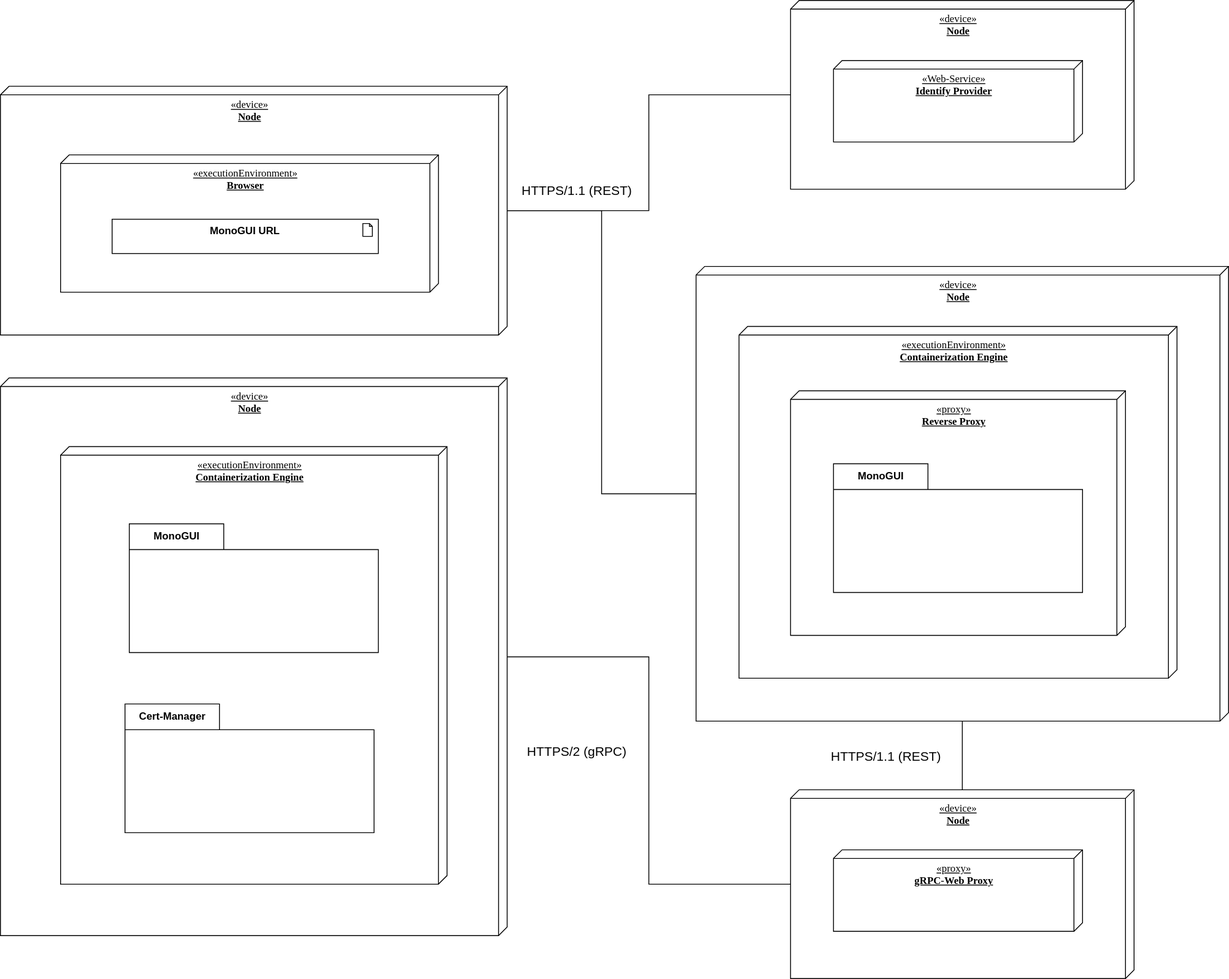
Above: src/template_thesis/diagrams/deployment_view.drawio.svg in HaniAlshikh/bachelor-thesis (draw.io), before the change. Source tidied: cells renumbered, new cells last; positions are measured from the earlier drawing's top-left corner, leaving out a move shared by most shapes.
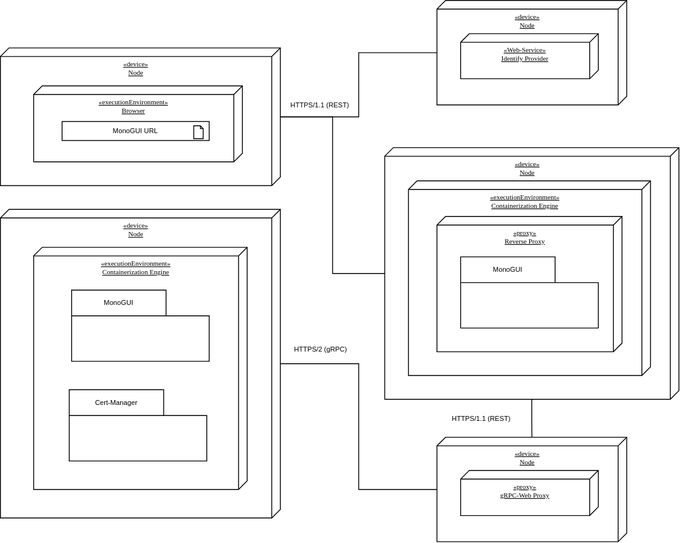
The same file after the commit.

What changed in the source:
```diff
@@ -2,75 +2,75 @@
   <root>
     <mxCell id="0" />
     <mxCell id="1" parent="0" />
-    <mxCell id="2" style="edgeStyle=orthogonalEdgeStyle;shape=connector;rounded=0;html=1;labelBackgroundColor=default;strokeColor=default;strokeWidth=1;fontFamily=Helvetica;fontSize=19;fontColor=default;endArrow=none;endFill=0;" parent="1" edge="1" source="4" target="15">
-      <mxGeometry relative="1" as="geometry" />
-    </mxCell>
-    <mxCell id="3" value="&lt;font style=&quot;font-size: 15px;&quot;&gt;HTTPS/1.1 (REST)&lt;/font&gt;" style="edgeLabel;html=1;align=center;verticalAlign=middle;fontSize=19;fontFamily=Helvetica;fontColor=default;" parent="2" vertex="1">
-      <mxGeometry x="-0.07" y="3" relative="1" as="geometry">
-        <mxPoint x="-93" y="3" as="offset" />
-      </mxGeometry>
-    </mxCell>
-    <mxCell id="4" value="&lt;span&gt;«device»&lt;/span&gt;&lt;br&gt;&lt;b&gt;Node&lt;/b&gt;" style="verticalAlign=top;align=center;spacingTop=8;spacingLeft=2;spacingRight=12;shape=cube;size=10;direction=south;fontStyle=4;html=1;rounded=0;shadow=0;comic=0;labelBackgroundColor=none;strokeWidth=1;fontFamily=Verdana;fontSize=12;" parent="1" vertex="1">
-      <mxGeometry x="810" y="310" width="620" height="530" as="geometry" />
+    <mxCell id="4" value="«device»&#10;Node" style="verticalAlign=top;align=center;spacingTop=8;spacingLeft=2;spacingRight=12;shape=cube;size=10;direction=south;fontStyle=4;rounded=0;shadow=0;comic=0;labelBackgroundColor=none;strokeWidth=1;fontFamily=Verdana;fontSize=8;" parent="1" vertex="1">
+      <mxGeometry x="95.6" y="-598.7" width="342.6" height="292.9" as="geometry" />
     </mxCell>
-    <mxCell id="5" value="&lt;span&gt;«executionEnvironment»&lt;/span&gt;&lt;br&gt;&lt;b&gt;Containerization Engine&lt;/b&gt;" style="verticalAlign=top;align=center;spacingTop=8;spacingLeft=2;spacingRight=12;shape=cube;size=10;direction=south;fontStyle=4;html=1;rounded=0;shadow=0;comic=0;labelBackgroundColor=none;strokeWidth=1;fontFamily=Verdana;fontSize=12;" parent="1" vertex="1">
-      <mxGeometry x="860" y="380" width="510" height="410" as="geometry" />
+    <mxCell id="5" value="«executionEnvironment»&#10;Containerization Engine" style="verticalAlign=top;align=center;spacingTop=8;spacingLeft=2;spacingRight=12;shape=cube;size=10;direction=south;fontStyle=4;rounded=0;shadow=0;comic=0;labelBackgroundColor=none;strokeWidth=1;fontFamily=Verdana;fontSize=8;" parent="1" vertex="1">
+      <mxGeometry x="123.3" y="-560" width="281.8" height="226.6" as="geometry" />
     </mxCell>
-    <mxCell id="6" value="&lt;span&gt;«proxy»&lt;/span&gt;&lt;br&gt;&lt;b&gt;Reverse Proxy&lt;/b&gt;" style="verticalAlign=top;align=center;spacingTop=8;spacingLeft=2;spacingRight=12;shape=cube;size=10;direction=south;fontStyle=4;html=1;rounded=0;shadow=0;comic=0;labelBackgroundColor=none;strokeWidth=1;fontFamily=Verdana;fontSize=12;" parent="1" vertex="1">
-      <mxGeometry x="920" y="455" width="390" height="285" as="geometry" />
+    <mxCell id="6" value="«proxy»&#10;Reverse Proxy" style="verticalAlign=top;align=center;spacingTop=8;spacingLeft=2;spacingRight=12;shape=cube;size=10;direction=south;fontStyle=4;rounded=0;shadow=0;comic=0;labelBackgroundColor=none;strokeWidth=1;fontFamily=Verdana;fontSize=8;" parent="1" vertex="1">
+      <mxGeometry x="156.4" y="-518.6" width="215.5" height="157.5" as="geometry" />
     </mxCell>
-    <mxCell id="7" value="MonoGUI" style="shape=folder;fontStyle=1;tabWidth=110;tabHeight=30;tabPosition=left;html=1;boundedLbl=1;labelInHeader=1;strokeWidth=1;" parent="1" vertex="1">
-      <mxGeometry x="970" y="540" width="290" height="150" as="geometry" />
+    <mxCell id="7" value="MonoGUI" style="shape=folder;fontStyle=0;tabWidth=110;tabHeight=30;tabPosition=left;boundedLbl=1;labelInHeader=1;strokeWidth=1;fontSize=8;" parent="1" vertex="1">
+      <mxGeometry x="184.1" y="-471.6" width="160.3" height="82.9" as="geometry" />
     </mxCell>
-    <mxCell id="8" style="edgeStyle=orthogonalEdgeStyle;shape=connector;rounded=0;html=1;labelBackgroundColor=default;strokeColor=default;strokeWidth=1;fontFamily=Helvetica;fontSize=19;fontColor=default;endArrow=none;endFill=0;" parent="1" edge="1" source="11" target="4">
+    <mxCell id="8" style="edgeStyle=orthogonalEdgeStyle;shape=connector;rounded=0;labelBackgroundColor=default;strokeColor=default;strokeWidth=1;fontFamily=Helvetica;fontSize=8;fontColor=default;endArrow=none;endFill=0;" parent="1" edge="1" source="11" target="4">
       <mxGeometry relative="1" as="geometry" />
     </mxCell>
-    <mxCell id="9" value="&lt;font style=&quot;font-size: 15px;&quot;&gt;HTTPS/1.1 (REST)&lt;/font&gt;" style="edgeLabel;html=1;align=center;verticalAlign=middle;fontSize=19;fontFamily=Helvetica;fontColor=default;" parent="8" vertex="1">
+    <mxCell id="9" value="HTTPS/1.1 (REST)" style="edgeLabel;align=center;verticalAlign=middle;fontSize=8;fontFamily=Helvetica;fontColor=default;" parent="8" vertex="1">
       <mxGeometry x="-0.22" y="1" relative="1" as="geometry">
-        <mxPoint x="-31" y="-130" as="offset" />
+        <mxPoint x="-16" y="-72" as="offset" />
       </mxGeometry>
     </mxCell>
-    <mxCell id="10" style="edgeStyle=orthogonalEdgeStyle;shape=connector;rounded=0;html=1;labelBackgroundColor=default;strokeColor=default;strokeWidth=1;fontFamily=Helvetica;fontSize=19;fontColor=default;endArrow=none;endFill=0;" parent="1" edge="1" source="11" target="21">
-      <mxGeometry relative="1" as="geometry" />
-    </mxCell>
-    <mxCell id="11" value="&lt;span&gt;«device»&lt;/span&gt;&lt;br&gt;&lt;b&gt;Node&lt;/b&gt;" style="verticalAlign=top;align=center;spacingTop=8;spacingLeft=2;spacingRight=12;shape=cube;size=10;direction=south;fontStyle=4;html=1;rounded=0;shadow=0;comic=0;labelBackgroundColor=none;strokeWidth=1;fontFamily=Verdana;fontSize=12;" parent="1" vertex="1">
-      <mxGeometry y="100" width="590" height="290" as="geometry" />
+    <mxCell id="11" value="«device»&#10;Node" style="verticalAlign=top;align=center;spacingTop=8;spacingLeft=2;spacingRight=12;shape=cube;size=10;direction=south;fontStyle=4;rounded=0;shadow=0;comic=0;labelBackgroundColor=none;strokeWidth=1;fontFamily=Verdana;fontSize=8;" parent="1" vertex="1">
+      <mxGeometry x="-352" y="-714.7" width="326.1" height="160.3" as="geometry" />
     </mxCell>
-    <mxCell id="12" value="&lt;span&gt;«executionEnvironment»&lt;/span&gt;&lt;br&gt;&lt;b&gt;Browser&lt;/b&gt;" style="verticalAlign=top;align=center;spacingTop=8;spacingLeft=2;spacingRight=12;shape=cube;size=10;direction=south;fontStyle=4;html=1;rounded=0;shadow=0;comic=0;labelBackgroundColor=none;strokeWidth=1;fontFamily=Verdana;fontSize=12;" parent="1" vertex="1">
-      <mxGeometry x="70" y="180" width="440" height="160" as="geometry" />
+    <mxCell id="12" value="«executionEnvironment»&#10;Browser" style="verticalAlign=top;align=center;spacingTop=8;spacingLeft=2;spacingRight=12;shape=cube;size=10;direction=south;fontStyle=4;rounded=0;shadow=0;comic=0;labelBackgroundColor=none;strokeWidth=1;fontFamily=Verdana;fontSize=8;" parent="1" vertex="1">
+      <mxGeometry x="-313.3" y="-670.5" width="243.2" height="88.4" as="geometry" />
     </mxCell>
-    <mxCell id="13" value="&lt;b&gt;MonoGUI URL&lt;/b&gt;" style="html=1;whiteSpace=wrap;shape=mxgraph.archimate3.application;appType=artifact;archiType=square;strokeWidth=1;verticalAlign=top;" parent="1" vertex="1">
-      <mxGeometry x="130" y="255" width="310" height="40" as="geometry" />
+    <mxCell id="13" value="MonoGUI URL" style="shape=mxgraph.archimate3.application;appType=artifact;archiType=square;strokeWidth=1;verticalAlign=top;fontSize=8;" parent="1" vertex="1">
+      <mxGeometry x="-280.2" y="-629.1" width="171.3" height="22.1" as="geometry" />
     </mxCell>
-    <mxCell id="14" style="edgeStyle=orthogonalEdgeStyle;shape=connector;rounded=0;html=1;labelBackgroundColor=default;strokeColor=default;strokeWidth=1;fontFamily=Helvetica;fontSize=19;fontColor=default;endArrow=none;endFill=0;" parent="1" edge="1" source="15" target="17">
-      <mxGeometry relative="1" as="geometry" />
-    </mxCell>
-    <mxCell id="15" value="&lt;span&gt;«device»&lt;/span&gt;&lt;br&gt;&lt;b&gt;Node&lt;/b&gt;" style="verticalAlign=top;align=center;spacingTop=8;spacingLeft=2;spacingRight=12;shape=cube;size=10;direction=south;fontStyle=4;html=1;rounded=0;shadow=0;comic=0;labelBackgroundColor=none;strokeWidth=1;fontFamily=Verdana;fontSize=12;" parent="1" vertex="1">
-      <mxGeometry x="920" y="920" width="400" height="220" as="geometry" />
+    <mxCell id="15" value="«device»&#10;Node" style="verticalAlign=top;align=center;spacingTop=8;spacingLeft=2;spacingRight=12;shape=cube;size=10;direction=south;fontStyle=4;rounded=0;shadow=0;comic=0;labelBackgroundColor=none;strokeWidth=1;fontFamily=Verdana;fontSize=8;" parent="1" vertex="1">
+      <mxGeometry x="156.4" y="-261.6" width="221.1" height="121.6" as="geometry" />
     </mxCell>
+    <mxCell id="2" style="edgeStyle=orthogonalEdgeStyle;shape=connector;rounded=0;labelBackgroundColor=default;strokeColor=default;strokeWidth=1;fontFamily=Helvetica;fontSize=8;fontColor=default;endArrow=none;endFill=0;" parent="1" edge="1" source="4" target="15">
+      <mxGeometry relative="1" as="geometry" />
+    </mxCell>
+    <mxCell id="3" value="HTTPS/1.1 (REST)" style="edgeLabel;align=center;verticalAlign=middle;fontSize=8;fontFamily=Helvetica;fontColor=default;" parent="2" vertex="1">
+      <mxGeometry x="-0.07" y="3" relative="1" as="geometry">
+        <mxPoint x="-62" y="2" as="offset" />
+      </mxGeometry>
+    </mxCell>
-    <mxCell id="16" value="&lt;span&gt;«proxy»&lt;/span&gt;&lt;br&gt;&lt;b&gt;gRPC-Web Proxy&lt;/b&gt;" style="verticalAlign=top;align=center;spacingTop=8;spacingLeft=2;spacingRight=12;shape=cube;size=10;direction=south;fontStyle=4;html=1;rounded=0;shadow=0;comic=0;labelBackgroundColor=none;strokeWidth=1;fontFamily=Verdana;fontSize=12;" parent="1" vertex="1">
-      <mxGeometry x="970" y="990" width="290" height="95" as="geometry" />
+    <mxCell id="16" value="«proxy»&#10;gRPC-Web Proxy" style="verticalAlign=top;align=center;spacingTop=8;spacingLeft=2;spacingRight=12;shape=cube;size=10;direction=south;fontStyle=4;rounded=0;shadow=0;comic=0;labelBackgroundColor=none;strokeWidth=1;fontFamily=Verdana;fontSize=8;" parent="1" vertex="1">
+      <mxGeometry x="184.1" y="-222.9" width="160.3" height="52.5" as="geometry" />
     </mxCell>
-    <mxCell id="17" value="&lt;span&gt;«device»&lt;/span&gt;&lt;br&gt;&lt;b&gt;Node&lt;/b&gt;" style="verticalAlign=top;align=center;spacingTop=8;spacingLeft=2;spacingRight=12;shape=cube;size=10;direction=south;fontStyle=4;html=1;rounded=0;shadow=0;comic=0;labelBackgroundColor=none;strokeWidth=1;fontFamily=Verdana;fontSize=12;" parent="1" vertex="1">
-      <mxGeometry y="440" width="590" height="650" as="geometry" />
+    <mxCell id="17" value="«device»&#10;Node" style="verticalAlign=top;align=center;spacingTop=8;spacingLeft=2;spacingRight=12;shape=cube;size=10;direction=south;fontStyle=4;rounded=0;shadow=0;comic=0;labelBackgroundColor=none;strokeWidth=1;fontFamily=Verdana;fontSize=8;" parent="1" vertex="1">
+      <mxGeometry x="-352" y="-526.8" width="326.1" height="359.2" as="geometry" />
     </mxCell>
+    <mxCell id="14" style="edgeStyle=orthogonalEdgeStyle;shape=connector;rounded=0;labelBackgroundColor=default;strokeColor=default;strokeWidth=1;fontFamily=Helvetica;fontSize=8;fontColor=default;endArrow=none;endFill=0;" parent="1" edge="1" source="15" target="17">
+      <mxGeometry relative="1" as="geometry" />
+    </mxCell>
-    <mxCell id="18" value="&lt;span&gt;«executionEnvironment»&lt;/span&gt;&lt;br&gt;&lt;b&gt;Containerization Engine&lt;/b&gt;" style="verticalAlign=top;align=center;spacingTop=8;spacingLeft=2;spacingRight=12;shape=cube;size=10;direction=south;fontStyle=4;html=1;rounded=0;shadow=0;comic=0;labelBackgroundColor=none;strokeWidth=1;fontFamily=Verdana;fontSize=12;" parent="1" vertex="1">
-      <mxGeometry x="70" y="520" width="450" height="510" as="geometry" />
+    <mxCell id="18" value="«executionEnvironment»&#10;Containerization Engine" style="verticalAlign=top;align=center;spacingTop=8;spacingLeft=2;spacingRight=12;shape=cube;size=10;direction=south;fontStyle=4;rounded=0;shadow=0;comic=0;labelBackgroundColor=none;strokeWidth=1;fontFamily=Verdana;fontSize=8;" parent="1" vertex="1">
+      <mxGeometry x="-313.3" y="-482.6" width="248.7" height="281.8" as="geometry" />
     </mxCell>
-    <mxCell id="19" value="MonoGUI" style="shape=folder;fontStyle=1;tabWidth=110;tabHeight=30;tabPosition=left;html=1;boundedLbl=1;labelInHeader=1;strokeWidth=1;" parent="1" vertex="1">
-      <mxGeometry x="150" y="610" width="290" height="150" as="geometry" />
+    <mxCell id="19" value="MonoGUI" style="shape=folder;fontStyle=0;tabWidth=110;tabHeight=30;tabPosition=left;boundedLbl=1;labelInHeader=1;strokeWidth=1;fontSize=8;" parent="1" vertex="1">
+      <mxGeometry x="-269.1" y="-432.9" width="160.3" height="82.9" as="geometry" />
     </mxCell>
-    <mxCell id="20" value="Cert-Manager" style="shape=folder;fontStyle=1;tabWidth=110;tabHeight=30;tabPosition=left;html=1;boundedLbl=1;labelInHeader=1;strokeWidth=1;" parent="1" vertex="1">
-      <mxGeometry x="145" y="820" width="290" height="150" as="geometry" />
+    <mxCell id="20" value="Cert-Manager" style="shape=folder;fontStyle=0;tabWidth=110;tabHeight=30;tabPosition=left;boundedLbl=1;labelInHeader=1;strokeWidth=1;fontSize=8;" parent="1" vertex="1">
+      <mxGeometry x="-271.9" y="-316.8" width="160.3" height="82.9" as="geometry" />
     </mxCell>
-    <mxCell id="21" value="&lt;span&gt;«device»&lt;/span&gt;&lt;br&gt;&lt;b&gt;Node&lt;/b&gt;" style="verticalAlign=top;align=center;spacingTop=8;spacingLeft=2;spacingRight=12;shape=cube;size=10;direction=south;fontStyle=4;html=1;rounded=0;shadow=0;comic=0;labelBackgroundColor=none;strokeWidth=1;fontFamily=Verdana;fontSize=12;" parent="1" vertex="1">
-      <mxGeometry x="920" width="400" height="220" as="geometry" />
+    <mxCell id="21" value="«device»&#10;Node" style="verticalAlign=top;align=center;spacingTop=8;spacingLeft=2;spacingRight=12;shape=cube;size=10;direction=south;fontStyle=4;rounded=0;shadow=0;comic=0;labelBackgroundColor=none;strokeWidth=1;fontFamily=Verdana;fontSize=8;" parent="1" vertex="1">
+      <mxGeometry x="156.4" y="-770" width="221.1" height="121.6" as="geometry" />
     </mxCell>
+    <mxCell id="10" style="edgeStyle=orthogonalEdgeStyle;shape=connector;rounded=0;labelBackgroundColor=default;strokeColor=default;strokeWidth=1;fontFamily=Helvetica;fontSize=8;fontColor=default;endArrow=none;endFill=0;" parent="1" edge="1" source="11" target="21">
+      <mxGeometry relative="1" as="geometry" />
+    </mxCell>
-    <mxCell id="22" value="&lt;span style=&quot;border-color: var(--border-color);&quot;&gt;«Web-Service»&lt;/span&gt;&lt;br style=&quot;border-color: var(--border-color);&quot;&gt;&lt;b&gt;Identify Provider&lt;/b&gt;" style="verticalAlign=top;align=center;spacingTop=8;spacingLeft=2;spacingRight=12;shape=cube;size=10;direction=south;fontStyle=4;html=1;rounded=0;shadow=0;comic=0;labelBackgroundColor=none;strokeWidth=1;fontFamily=Verdana;fontSize=12;" parent="1" vertex="1">
-      <mxGeometry x="970" y="70" width="290" height="95" as="geometry" />
+    <mxCell id="22" value="«Web-Service»&#10;Identify Provider" style="verticalAlign=top;align=center;spacingTop=8;spacingLeft=2;spacingRight=12;shape=cube;size=10;direction=south;fontStyle=4;rounded=0;shadow=0;comic=0;labelBackgroundColor=none;strokeWidth=1;fontFamily=Verdana;fontSize=8;" parent="1" vertex="1">
+      <mxGeometry x="184.1" y="-731.3" width="160.3" height="52.5" as="geometry" />
     </mxCell>
-    <mxCell id="23" value="&lt;font style=&quot;font-size: 15px;&quot;&gt;HTTPS/2 (gRPC)&lt;/font&gt;" style="edgeLabel;html=1;align=center;verticalAlign=middle;fontSize=19;fontFamily=Helvetica;fontColor=default;" parent="1" vertex="1">
-      <mxGeometry x="660" y="870" as="geometry">
+    <mxCell id="23" value="HTTPS/2 (gRPC)" style="edgeLabel;align=center;verticalAlign=middle;fontSize=8;fontFamily=Helvetica;fontColor=default;" parent="1" vertex="1">
+      <mxGeometry x="10.7" y="-368.2" as="geometry">
         <mxPoint x="10" y="4" as="offset" />
       </mxGeometry>
     </mxCell>
```
